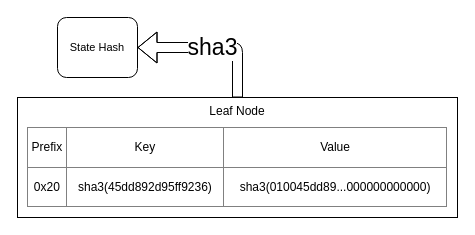
Above: draw.io/patricia_tree.drawio in planethouki/images (draw.io), before the change. Source tidied: cells renumbered, new cells numbered last; positions are measured from the earlier drawing's top-left corner, leaving out a move shared by most shapes. Both pictures are drawn from the tidied source at 100%, with x=0, y=0 at pixel (17, 17).
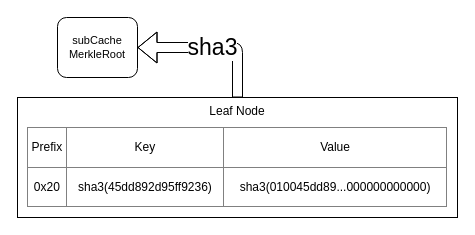
The same page after the edit.

Change to the diagram source:
```diff
@@
 <mxGraphModel>
   <root>
     <mxCell id="0" />
     <mxCell id="1" parent="0" />
     <mxCell id="2" value="Leaf Node" style="rounded=0;whiteSpace=wrap;html=1;verticalAlign=top;" parent="1" vertex="1">
       <mxGeometry y="80" width="440" height="120" as="geometry" />
     </mxCell>
     <mxCell id="3" value="&lt;table border=&quot;1&quot; width=&quot;100%&quot; style=&quot;width: 100% ; height: 100% ; border-collapse: collapse&quot;&gt;&lt;tbody&gt;&lt;tr&gt;&lt;td align=&quot;center&quot;&gt;Prefix&lt;/td&gt;&lt;td align=&quot;center&quot;&gt;Key&lt;/td&gt;&lt;td align=&quot;center&quot;&gt;Value&lt;/td&gt;&lt;/tr&gt;&lt;tr&gt;&lt;td align=&quot;center&quot;&gt;0x20&lt;/td&gt;&lt;td align=&quot;center&quot;&gt;sha3(45dd892d95ff9236)&lt;/td&gt;&lt;td align=&quot;center&quot;&gt;sha3(010045dd89...000000000000)&lt;/td&gt;&lt;/tr&gt;&lt;/tbody&gt;&lt;/table&gt;" style="text;html=1;strokeColor=none;fillColor=none;overflow=fill;" parent="1" vertex="1">
       <mxGeometry x="10" y="110" width="420" height="80" as="geometry" />
     </mxCell>
     <mxCell id="4" value="sha3" style="shape=flexArrow;endArrow=classic;html=1;exitX=0.5;exitY=0;exitDx=0;exitDy=0;fontSize=23;entryX=1;entryY=0.5;entryDx=0;entryDy=0;" parent="1" edge="1" source="2" target="5">
       <mxGeometry relative="1" as="geometry">
         <Array as="points">
           <mxPoint x="220" y="30" />
         </Array>
       </mxGeometry>
     </mxCell>
-    <mxCell id="5" value="&lt;font style=&quot;font-size: 11px;&quot;&gt;State Hash&lt;/font&gt;" style="rounded=1;whiteSpace=wrap;html=1;fontSize=11;" parent="1" vertex="1">
+    <mxCell id="5" value="subCache&lt;br&gt;MerkleRoot&lt;br&gt;" style="rounded=1;whiteSpace=wrap;html=1;fontSize=11;" parent="1" vertex="1">
       <mxGeometry x="40" width="80" height="60" as="geometry" />
     </mxCell>
   </root>
 </mxGraphModel>
```
